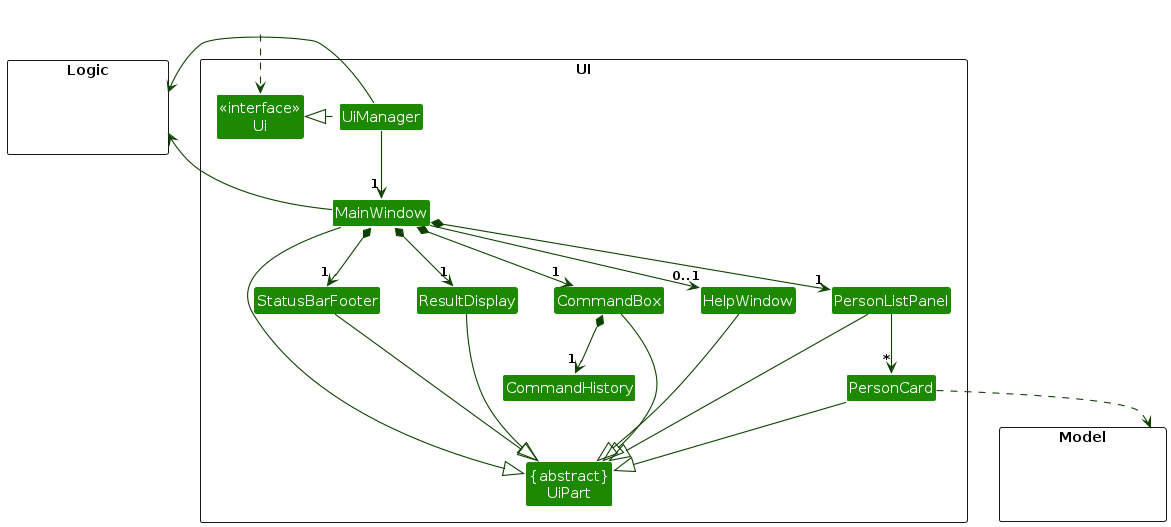
Before: diagrams/UiClassDiagram.png, a diagram exported from PlantUML (AY2627S1-CS2103T-F15-1/tp). Its source is kept beside it as diagrams/UiClassDiagram.puml.
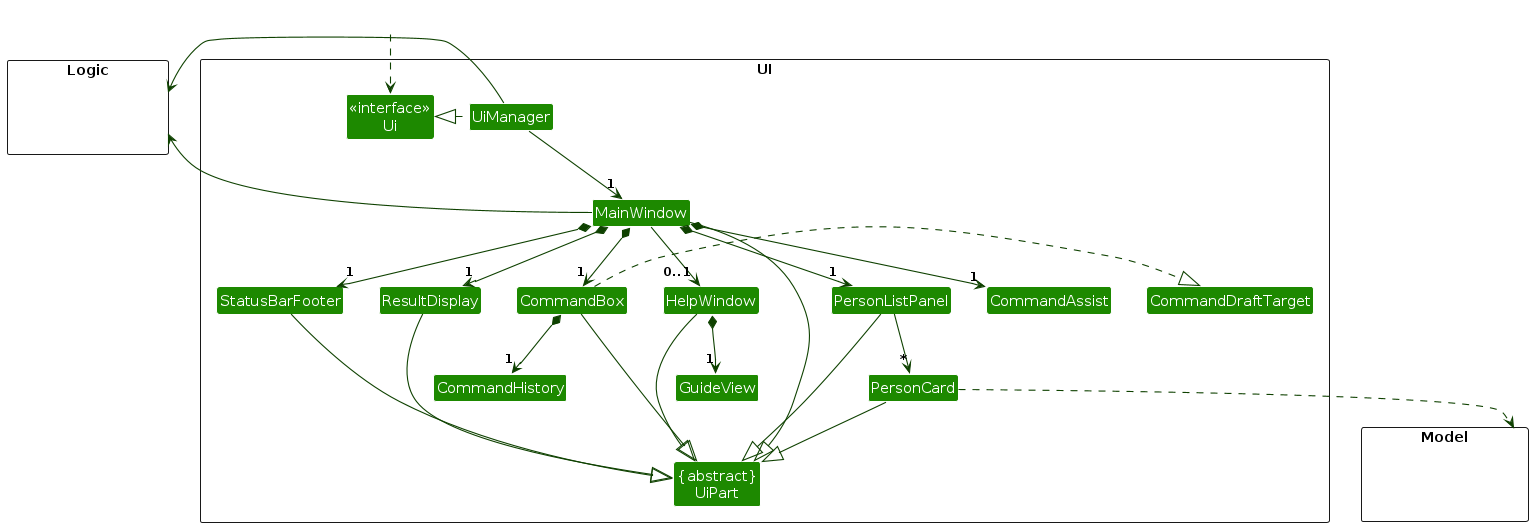
Above is the later version.

What changed in the source:
```diff
@@ -16,6 +16,9 @@
 Class StatusBarFooter
 Class CommandBox
 Class CommandHistory
+Class CommandAssist
+Class CommandDraftTarget
+Class GuideView
 }
 
 package Model <<Rectangle>> {
@@ -33,10 +36,13 @@
 UiManager -down-> "1" MainWindow
 MainWindow *-down->  "1" CommandBox
 CommandBox *-down-> "1" CommandHistory
+CommandBox .right.|> CommandDraftTarget
+MainWindow *-down-> "1" CommandAssist
 MainWindow *-down-> "1" ResultDisplay
 MainWindow *-down-> "1" PersonListPanel
 MainWindow *-down-> "1" StatusBarFooter
 MainWindow --> "0..1" HelpWindow
+HelpWindow *-down-> "1" GuideView
 
 PersonListPanel -down-> "*" PersonCard
 
```
